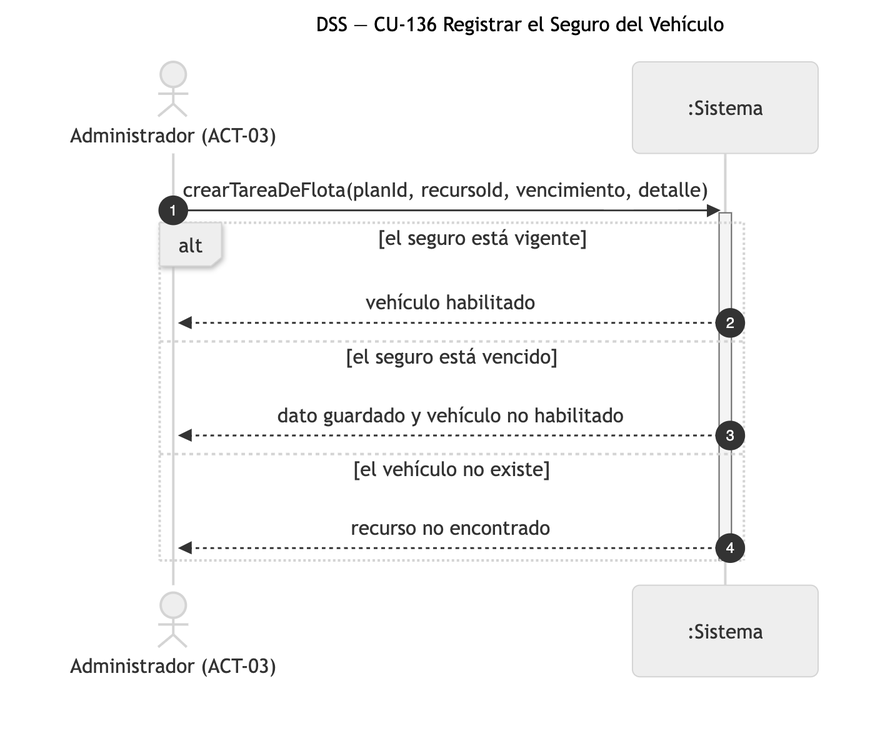
This is diagramas/png/DSS_CU-136_Registrar-el-Seguro-del-Vehiculo.png from Nahuelito-Dev/splg-docs, a Mermaid export, as it was before one commit. Its source is kept beside it as diagramas/DSS_CU-136_Registrar-el-Seguro-del-Vehiculo.mmd. Source of this version:
```mermaid
sequenceDiagram
    title DSS — CU-136 Registrar el Seguro del Vehículo
    autonumber
    actor ADM as Administrador (ACT-03)
    participant SIS as :Sistema

    ADM->>SIS: crearTareaDeFlota(planId, recursoId, vencimiento, detalle)
    activate SIS
    alt el seguro está vigente
        SIS-->>ADM: vehículo habilitado
    else el seguro está vencido
        SIS-->>ADM: dato guardado y vehículo no habilitado
    else el vehículo no existe
        SIS-->>ADM: recurso no encontrado
    end
    deactivate SIS
```
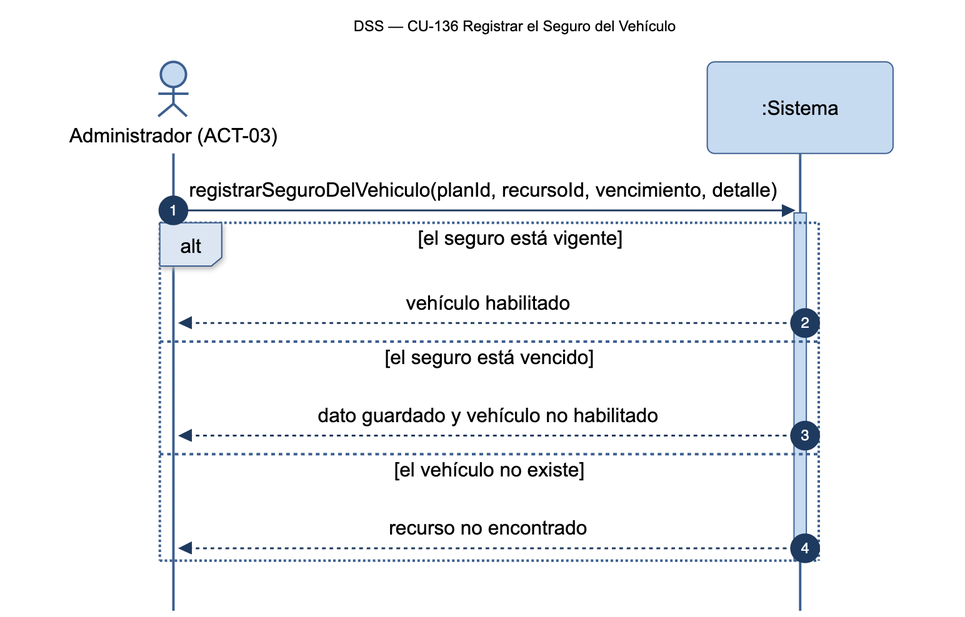
After the change.

Change to the diagram source:
```diff
@@ -4,7 +4,7 @@
     actor ADM as Administrador (ACT-03)
     participant SIS as :Sistema
 
-    ADM->>SIS: crearTareaDeFlota(planId, recursoId, vencimiento, detalle)
+    ADM->>SIS: registrarSeguroDelVehiculo(planId, recursoId, vencimiento, detalle)
     activate SIS
     alt el seguro está vigente
         SIS-->>ADM: vehículo habilitado
```
